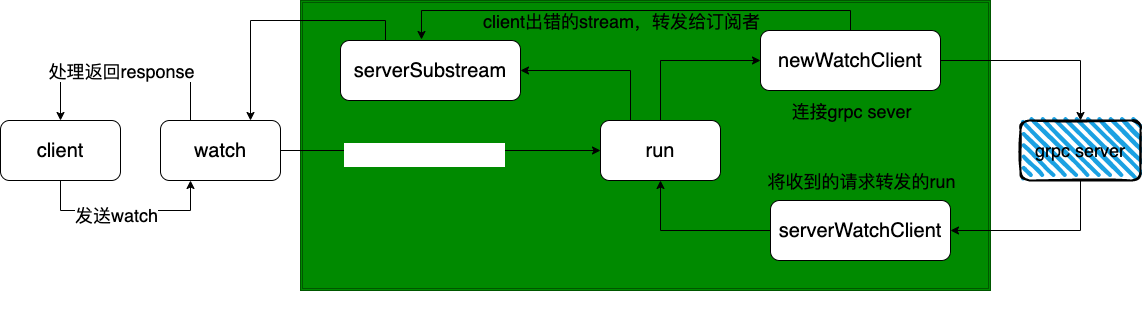
Above: img/etcd-watch-client.png in boilingfrog/Go-POINT (draw.io), before the change. Source tidied: cells renumbered, new cells last; positions are measured from the earlier drawing's top-left corner, leaving out a move shared by most shapes. Its diagram source:
```xml
<mxGraphModel>
  <root>
    <mxCell id="0" />
    <mxCell id="1" parent="0" />
    <mxCell id="2" style="shape=ext;double=1;rounded=0;whiteSpace=wrap;html=1;fontSize=18;fillColor=#008a00;strokeColor=#005700;fontColor=#ffffff;" parent="1" vertex="1">
      <mxGeometry x="300" width="690" height="290" as="geometry" />
    </mxCell>
    <mxCell id="3" style="edgeStyle=orthogonalEdgeStyle;rounded=0;jettySize=auto;html=1;entryX=0.75;entryY=0;entryDx=0;entryDy=0;exitX=0.25;exitY=0;exitDx=0;exitDy=0;" parent="1" edge="1" source="14" target="13">
      <mxGeometry relative="1" as="geometry" />
    </mxCell>
    <mxCell id="4" style="edgeStyle=orthogonalEdgeStyle;rounded=0;jettySize=auto;html=1;entryX=1;entryY=0.5;entryDx=0;entryDy=0;exitX=0.5;exitY=1;exitDx=0;exitDy=0;" parent="1" edge="1" source="5" target="16">
      <mxGeometry relative="1" as="geometry" />
    </mxCell>
    <mxCell id="5" value="&lt;font style=&quot;font-size: 18px&quot;&gt;grpc server&lt;/font&gt;" style="rounded=1;whiteSpace=wrap;html=1;strokeWidth=2;fillWeight=4;hachureGap=8;hachureAngle=45;fillColor=#1ba1e2;sketch=1;" parent="1" vertex="1">
      <mxGeometry x="1020" y="120" width="120" height="60" as="geometry" />
    </mxCell>
    <mxCell id="6" style="edgeStyle=orthogonalEdgeStyle;rounded=0;jettySize=auto;html=1;entryX=1;entryY=0.5;entryDx=0;entryDy=0;exitX=0.25;exitY=0;exitDx=0;exitDy=0;" parent="1" edge="1" source="8" target="14">
      <mxGeometry relative="1" as="geometry" />
    </mxCell>
    <mxCell id="7" style="edgeStyle=orthogonalEdgeStyle;rounded=0;jettySize=auto;html=1;entryX=0;entryY=0.5;entryDx=0;entryDy=0;exitX=0.5;exitY=0;exitDx=0;exitDy=0;" parent="1" edge="1" source="8" target="21">
      <mxGeometry relative="1" as="geometry" />
    </mxCell>
    <mxCell id="8" value="&lt;span style=&quot;font-size: 20px&quot;&gt;run&lt;/span&gt;" style="rounded=1;whiteSpace=wrap;html=1;" parent="1" vertex="1">
      <mxGeometry x="600" y="120" width="120" height="60" as="geometry" />
    </mxCell>
    <mxCell id="9" style="edgeStyle=orthogonalEdgeStyle;rounded=0;jettySize=auto;html=1;entryX=0.5;entryY=0;entryDx=0;entryDy=0;fontSize=18;exitX=0.25;exitY=0;exitDx=0;exitDy=0;" parent="1" edge="1" source="13" target="25">
      <mxGeometry relative="1" as="geometry">
        <Array as="points">
          <mxPoint x="190" y="80" />
          <mxPoint x="60" y="80" />
        </Array>
      </mxGeometry>
    </mxCell>
    <mxCell id="10" value="处理返回response" style="edgeLabel;html=1;align=center;verticalAlign=middle;fontSize=18;" parent="9" vertex="1">
      <mxGeometry x="0.21" y="-4" relative="1" as="geometry">
        <mxPoint x="17" y="-6" as="offset" />
      </mxGeometry>
    </mxCell>
    <mxCell id="11" style="edgeStyle=orthogonalEdgeStyle;rounded=0;jettySize=auto;html=1;entryX=0;entryY=0.5;entryDx=0;entryDy=0;fontSize=18;fontColor=#f0f0f0;" parent="1" edge="1" source="13" target="8">
      <mxGeometry relative="1" as="geometry" />
    </mxCell>
    <mxCell id="12" value="&lt;span style=&quot;color: rgb(255 , 255 , 255) ; font-size: 20px&quot;&gt;watchGrpcStream&lt;/span&gt;" style="edgeLabel;html=1;align=center;verticalAlign=middle;fontSize=18;fontColor=#f0f0f0;" parent="11" vertex="1">
      <mxGeometry x="-0.11" y="-3" relative="1" as="geometry" />
    </mxCell>
    <mxCell id="13" value="&lt;span style=&quot;font-size: 20px&quot;&gt;watch&lt;/span&gt;" style="rounded=1;whiteSpace=wrap;html=1;" parent="1" vertex="1">
      <mxGeometry x="160" y="120" width="120" height="60" as="geometry" />
    </mxCell>
    <mxCell id="14" value="&lt;span style=&quot;font-size: 20px&quot;&gt;serverSubstream&lt;/span&gt;" style="rounded=1;whiteSpace=wrap;html=1;" parent="1" vertex="1">
      <mxGeometry x="340" y="40" width="180" height="60" as="geometry" />
    </mxCell>
    <mxCell id="15" style="edgeStyle=orthogonalEdgeStyle;rounded=0;jettySize=auto;html=1;entryX=0.5;entryY=1;entryDx=0;entryDy=0;" parent="1" edge="1" source="16" target="8">
      <mxGeometry relative="1" as="geometry" />
    </mxCell>
    <mxCell id="16" value="&lt;span style=&quot;font-size: 20px&quot;&gt;serverWatchClient&lt;/span&gt;" style="rounded=1;whiteSpace=wrap;html=1;" parent="1" vertex="1">
      <mxGeometry x="770" y="200" width="180" height="60" as="geometry" />
    </mxCell>
    <mxCell id="17" style="edgeStyle=orthogonalEdgeStyle;rounded=0;jettySize=auto;html=1;entryX=0.5;entryY=0;entryDx=0;entryDy=0;" parent="1" edge="1" source="21" target="5">
      <mxGeometry relative="1" as="geometry" />
    </mxCell>
    <mxCell id="18" value="&lt;font style=&quot;font-size: 18px&quot;&gt;连接grpc sever&lt;/font&gt;" style="edgeLabel;html=1;align=center;verticalAlign=middle;labelBackgroundColor=none;" parent="17" vertex="1">
      <mxGeometry x="-0.34" y="-1" relative="1" as="geometry">
        <mxPoint x="-156" y="49" as="offset" />
      </mxGeometry>
    </mxCell>
    <mxCell id="19" style="edgeStyle=orthogonalEdgeStyle;rounded=0;jettySize=auto;html=1;entryX=0.45;entryY=-0.017;entryDx=0;entryDy=0;entryPerimeter=0;exitX=0.5;exitY=0;exitDx=0;exitDy=0;" parent="1" edge="1" source="21" target="14">
      <mxGeometry relative="1" as="geometry" />
    </mxCell>
    <mxCell id="20" value="client出错的stream，转发给订阅者" style="edgeLabel;html=1;align=center;verticalAlign=middle;fontSize=18;labelBackgroundColor=none;" parent="19" vertex="1">
      <mxGeometry x="0.27" relative="1" as="geometry">
        <mxPoint x="53" y="10" as="offset" />
      </mxGeometry>
    </mxCell>
    <mxCell id="21" value="&lt;span style=&quot;font-size: 20px&quot;&gt;newWatchClient&lt;/span&gt;" style="rounded=1;whiteSpace=wrap;html=1;" parent="1" vertex="1">
      <mxGeometry x="760" y="30" width="180" height="60" as="geometry" />
    </mxCell>
    <mxCell id="22" value="&lt;span style=&quot;font-size: 18px&quot;&gt;将收到的请求转发的run&lt;/span&gt;" style="edgeLabel;html=1;align=center;verticalAlign=middle;labelBackgroundColor=none;" parent="1" vertex="1">
      <mxGeometry x="860" y="180" as="geometry" />
    </mxCell>
    <mxCell id="23" style="edgeStyle=orthogonalEdgeStyle;rounded=0;jettySize=auto;html=1;entryX=0.25;entryY=1;entryDx=0;entryDy=0;fontSize=18;exitX=0.5;exitY=1;exitDx=0;exitDy=0;" parent="1" edge="1" source="25" target="13">
      <mxGeometry relative="1" as="geometry">
        <Array as="points">
          <mxPoint x="60" y="210" />
          <mxPoint x="190" y="210" />
        </Array>
      </mxGeometry>
    </mxCell>
    <mxCell id="24" value="发送watch" style="edgeLabel;html=1;align=center;verticalAlign=middle;fontSize=18;" parent="23" vertex="1">
      <mxGeometry x="-0.11" y="-4" relative="1" as="geometry" />
    </mxCell>
    <mxCell id="25" value="&lt;span style=&quot;font-size: 20px&quot;&gt;client&lt;/span&gt;" style="rounded=1;whiteSpace=wrap;html=1;" parent="1" vertex="1">
      <mxGeometry y="120" width="120" height="60" as="geometry" />
    </mxCell>
    <mxCell id="26" value="&lt;span style=&quot;color: rgb(255 , 255 , 255) ; font-size: 20px&quot;&gt;watchGrpcStream&lt;/span&gt;" style="text;html=1;align=center;verticalAlign=middle;strokeColor=none;fontSize=18;" parent="1" vertex="1">
      <mxGeometry x="530" y="290" width="180" height="30" as="geometry" />
    </mxCell>
  </root>
</mxGraphModel>
```
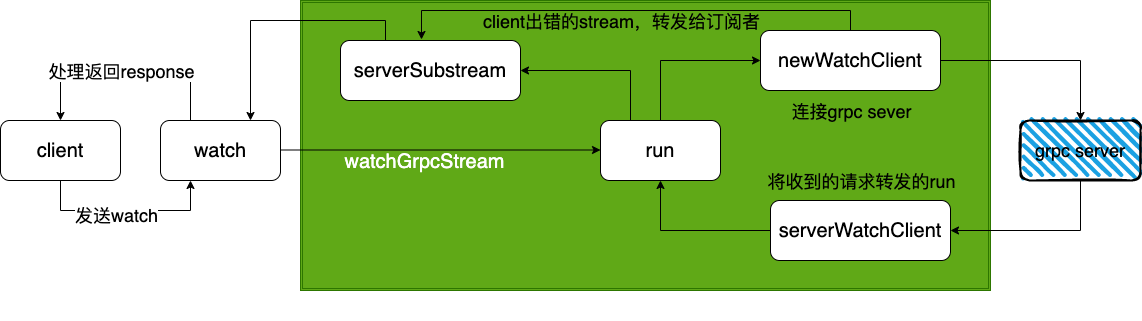
The same diagram one commit later.

Change to the diagram source:
```diff
@@ -2,7 +2,7 @@
   <root>
     <mxCell id="0" />
     <mxCell id="1" parent="0" />
-    <mxCell id="2" style="shape=ext;double=1;rounded=0;whiteSpace=wrap;html=1;fontSize=18;fillColor=#008a00;strokeColor=#005700;fontColor=#ffffff;" parent="1" vertex="1">
+    <mxCell id="2" style="shape=ext;double=1;rounded=0;whiteSpace=wrap;html=1;fontSize=18;fillColor=#60a917;strokeColor=#2D7600;fontColor=#ffffff;" parent="1" vertex="1">
       <mxGeometry x="300" width="690" height="290" as="geometry" />
     </mxCell>
     <mxCell id="3" style="edgeStyle=orthogonalEdgeStyle;rounded=0;jettySize=auto;html=1;entryX=0.75;entryY=0;entryDx=0;entryDy=0;exitX=0.25;exitY=0;exitDx=0;exitDy=0;" parent="1" edge="1" source="14" target="13">
@@ -36,11 +36,16 @@
         <mxPoint x="17" y="-6" as="offset" />
       </mxGeometry>
     </mxCell>
-    <mxCell id="11" style="edgeStyle=orthogonalEdgeStyle;rounded=0;jettySize=auto;html=1;entryX=0;entryY=0.5;entryDx=0;entryDy=0;fontSize=18;fontColor=#f0f0f0;" parent="1" edge="1" source="13" target="8">
-      <mxGeometry relative="1" as="geometry" />
+    <mxCell id="11" style="edgeStyle=orthogonalEdgeStyle;rounded=0;orthogonalLoop=1;jettySize=auto;html=1;entryX=0;entryY=0.5;entryDx=0;entryDy=0;fontSize=18;fontColor=#f0f0f0;" parent="1" edge="1">
+      <mxGeometry relative="1" as="geometry">
+        <mxPoint x="280" y="149.5" as="sourcePoint" />
+        <mxPoint x="600" y="149.5" as="targetPoint" />
+      </mxGeometry>
     </mxCell>
-    <mxCell id="12" value="&lt;span style=&quot;color: rgb(255 , 255 , 255) ; font-size: 20px&quot;&gt;watchGrpcStream&lt;/span&gt;" style="edgeLabel;html=1;align=center;verticalAlign=middle;fontSize=18;fontColor=#f0f0f0;" parent="11" vertex="1">
-      <mxGeometry x="-0.11" y="-3" relative="1" as="geometry" />
+    <mxCell id="12" value="&lt;span style=&quot;color: rgb(255 , 255 , 255) ; font-size: 20px&quot;&gt;watchGrpcStream&lt;/span&gt;" style="edgeLabel;html=1;align=center;verticalAlign=middle;fontSize=18;fontColor=#f0f0f0;labelBackgroundColor=none;" parent="11" vertex="1">
+      <mxGeometry x="-0.11" y="-3" relative="1" as="geometry">
+        <mxPoint y="8" as="offset" />
+      </mxGeometry>
     </mxCell>
     <mxCell id="13" value="&lt;span style=&quot;font-size: 20px&quot;&gt;watch&lt;/span&gt;" style="rounded=1;whiteSpace=wrap;html=1;" parent="1" vertex="1">
       <mxGeometry x="160" y="120" width="120" height="60" as="geometry" />
```
